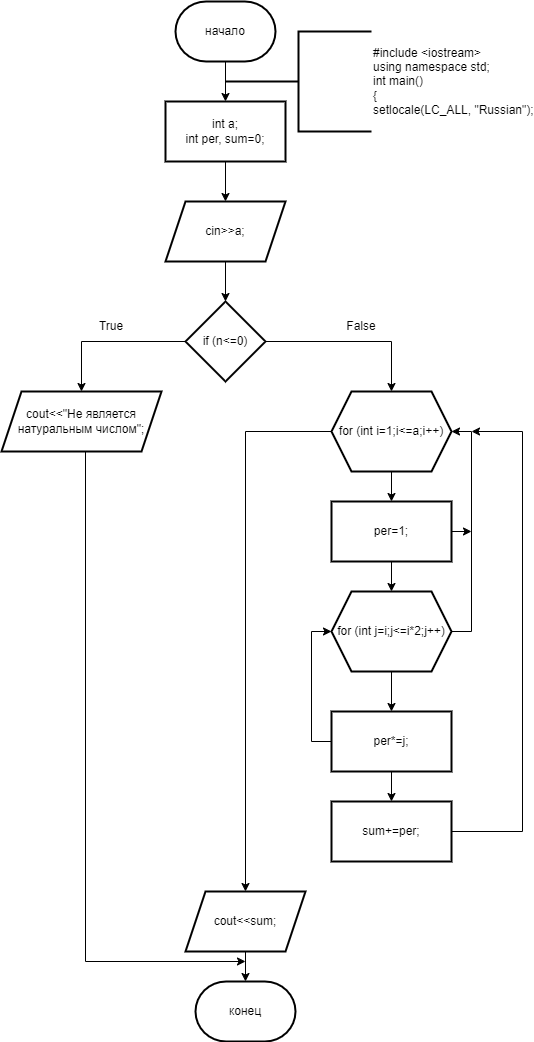
ksinph/PSTU_LABS_2023 keeps this draw.io diagram as 2_3.drawio.png. Above is the earlier version. Source tidied: cells renumbered, new cells last; positions are measured from the earlier drawing's top-left corner, leaving out a move shared by most shapes. Its diagram source:
```xml
<mxGraphModel>
  <root>
    <mxCell id="0" />
    <mxCell id="1" parent="0" />
    <mxCell id="2" style="edgeStyle=orthogonalEdgeStyle;rounded=0;jettySize=auto;html=1;" parent="1" edge="1" source="3" target="5">
      <mxGeometry relative="1" as="geometry" />
    </mxCell>
    <mxCell id="3" value="начало" style="strokeWidth=2;html=1;shape=mxgraph.flowchart.terminator;whiteSpace=wrap;" parent="1" vertex="1">
      <mxGeometry x="174" width="100" height="60" as="geometry" />
    </mxCell>
    <mxCell id="4" style="edgeStyle=orthogonalEdgeStyle;rounded=0;jettySize=auto;html=1;" parent="1" edge="1" source="5" target="7">
      <mxGeometry relative="1" as="geometry" />
    </mxCell>
    <mxCell id="5" value="int a;&lt;br&gt;int per, sum=0;" style="whiteSpace=wrap;html=1;strokeWidth=2;" parent="1" vertex="1">
      <mxGeometry x="164" y="100" width="120" height="60" as="geometry" />
    </mxCell>
    <mxCell id="6" style="edgeStyle=orthogonalEdgeStyle;rounded=0;jettySize=auto;html=1;" parent="1" edge="1" source="7" target="10">
      <mxGeometry relative="1" as="geometry" />
    </mxCell>
    <mxCell id="7" value="cin&amp;gt;&amp;gt;a;" style="shape=parallelogram;perimeter=parallelogramPerimeter;whiteSpace=wrap;html=1;fixedSize=1;strokeWidth=2;" parent="1" vertex="1">
      <mxGeometry x="164" y="200" width="120" height="60" as="geometry" />
    </mxCell>
    <mxCell id="8" style="edgeStyle=orthogonalEdgeStyle;rounded=0;jettySize=auto;html=1;" parent="1" edge="1" source="10" target="12">
      <mxGeometry relative="1" as="geometry" />
    </mxCell>
    <mxCell id="9" style="edgeStyle=orthogonalEdgeStyle;rounded=0;jettySize=auto;html=1;" parent="1" edge="1" source="10" target="15">
      <mxGeometry relative="1" as="geometry" />
    </mxCell>
    <mxCell id="10" value="if (n&amp;lt;=0)" style="rhombus;whiteSpace=wrap;html=1;strokeWidth=2;" parent="1" vertex="1">
      <mxGeometry x="184" y="300" width="80" height="80" as="geometry" />
    </mxCell>
    <mxCell id="11" style="edgeStyle=orthogonalEdgeStyle;rounded=0;orthogonalLoop=1;jettySize=auto;html=1;exitX=0.5;exitY=1;exitDx=0;exitDy=0;" parent="1" edge="1">
      <mxGeometry relative="1" as="geometry">
        <mxPoint x="84" y="450" as="sourcePoint" />
        <mxPoint x="244" y="960" as="targetPoint" />
        <Array as="points">
          <mxPoint x="84" y="960" />
        </Array>
      </mxGeometry>
    </mxCell>
    <mxCell id="12" value="cout&amp;lt;&amp;lt;&quot;Не является натуральным числом&quot;;" style="shape=parallelogram;perimeter=parallelogramPerimeter;whiteSpace=wrap;html=1;fixedSize=1;strokeWidth=2;" parent="1" vertex="1">
      <mxGeometry y="390" width="160" height="60" as="geometry" />
    </mxCell>
    <mxCell id="13" style="edgeStyle=orthogonalEdgeStyle;rounded=0;jettySize=auto;html=1;" parent="1" edge="1" source="15" target="18">
      <mxGeometry relative="1" as="geometry" />
    </mxCell>
    <mxCell id="14" style="edgeStyle=orthogonalEdgeStyle;rounded=0;jettySize=auto;html=1;" parent="1" edge="1" source="15" target="28">
      <mxGeometry relative="1" as="geometry" />
    </mxCell>
    <mxCell id="15" value="for (int i=1;i&amp;lt;=a;i++)" style="shape=hexagon;perimeter=hexagonPerimeter2;whiteSpace=wrap;html=1;fixedSize=1;strokeWidth=2;" parent="1" vertex="1">
      <mxGeometry x="330" y="390" width="120" height="80" as="geometry" />
    </mxCell>
    <mxCell id="16" style="edgeStyle=orthogonalEdgeStyle;rounded=0;jettySize=auto;html=1;" parent="1" edge="1" source="18" target="21">
      <mxGeometry relative="1" as="geometry" />
    </mxCell>
    <mxCell id="17" style="edgeStyle=orthogonalEdgeStyle;rounded=0;jettySize=auto;html=1;exitX=1;exitY=0.5;exitDx=0;exitDy=0;" parent="1" edge="1" source="18">
      <mxGeometry relative="1" as="geometry">
        <mxPoint x="470" y="530" as="targetPoint" />
      </mxGeometry>
    </mxCell>
    <mxCell id="18" value="per=1;" style="whiteSpace=wrap;html=1;strokeWidth=2;" parent="1" vertex="1">
      <mxGeometry x="330" y="500" width="120" height="60" as="geometry" />
    </mxCell>
    <mxCell id="19" style="edgeStyle=orthogonalEdgeStyle;rounded=0;jettySize=auto;html=1;" parent="1" edge="1" source="21" target="24">
      <mxGeometry relative="1" as="geometry" />
    </mxCell>
    <mxCell id="20" style="edgeStyle=orthogonalEdgeStyle;rounded=0;jettySize=auto;html=1;exitX=1;exitY=0.5;exitDx=0;exitDy=0;entryX=1;entryY=0.5;entryDx=0;entryDy=0;" parent="1" edge="1" source="21" target="15">
      <mxGeometry relative="1" as="geometry" />
    </mxCell>
    <mxCell id="21" value="for (int j=i;j&amp;lt;=i*2;j++)" style="shape=hexagon;perimeter=hexagonPerimeter2;whiteSpace=wrap;html=1;fixedSize=1;strokeWidth=2;" parent="1" vertex="1">
      <mxGeometry x="330" y="590" width="120" height="80" as="geometry" />
    </mxCell>
    <mxCell id="22" style="edgeStyle=orthogonalEdgeStyle;rounded=0;jettySize=auto;html=1;exitX=0;exitY=0.5;exitDx=0;exitDy=0;entryX=0;entryY=0.5;entryDx=0;entryDy=0;" parent="1" edge="1" source="24" target="21">
      <mxGeometry relative="1" as="geometry" />
    </mxCell>
    <mxCell id="23" style="edgeStyle=orthogonalEdgeStyle;rounded=0;jettySize=auto;html=1;" parent="1" edge="1" source="24" target="26">
      <mxGeometry relative="1" as="geometry" />
    </mxCell>
    <mxCell id="24" value="per*=j;" style="whiteSpace=wrap;html=1;strokeWidth=2;" parent="1" vertex="1">
      <mxGeometry x="330" y="710" width="120" height="60" as="geometry" />
    </mxCell>
    <mxCell id="25" style="edgeStyle=orthogonalEdgeStyle;rounded=0;jettySize=auto;html=1;exitX=1;exitY=0.5;exitDx=0;exitDy=0;" parent="1" edge="1" source="26">
      <mxGeometry relative="1" as="geometry">
        <mxPoint x="470" y="430" as="targetPoint" />
        <Array as="points">
          <mxPoint x="521" y="830" />
        </Array>
      </mxGeometry>
    </mxCell>
    <mxCell id="26" value="sum+=per;" style="whiteSpace=wrap;html=1;strokeWidth=2;" parent="1" vertex="1">
      <mxGeometry x="330" y="800" width="120" height="60" as="geometry" />
    </mxCell>
    <mxCell id="27" value="конец" style="strokeWidth=2;html=1;shape=mxgraph.flowchart.terminator;whiteSpace=wrap;" parent="1" vertex="1">
      <mxGeometry x="194" y="980" width="100" height="60" as="geometry" />
    </mxCell>
    <mxCell id="28" value="cout&amp;lt;&amp;lt;sum;" style="shape=parallelogram;perimeter=parallelogramPerimeter;whiteSpace=wrap;html=1;fixedSize=1;strokeWidth=2;" parent="1" vertex="1">
      <mxGeometry x="184" y="890" width="120" height="60" as="geometry" />
    </mxCell>
    <mxCell id="29" style="edgeStyle=orthogonalEdgeStyle;rounded=0;jettySize=auto;html=1;exitX=0.5;exitY=1;exitDx=0;exitDy=0;entryX=0.5;entryY=0;entryDx=0;entryDy=0;entryPerimeter=0;" parent="1" edge="1" source="28" target="27">
      <mxGeometry relative="1" as="geometry" />
    </mxCell>
    <mxCell id="30" value="&lt;div&gt;#include &amp;lt;iostream&amp;gt;&lt;/div&gt;&lt;div&gt;using namespace std;&lt;/div&gt;&lt;div&gt;int main()&lt;/div&gt;&lt;div&gt;{&lt;/div&gt;&lt;div&gt;setlocale(LC_ALL, &quot;Russian&quot;);&lt;/div&gt;" style="strokeWidth=2;html=1;shape=mxgraph.flowchart.annotation_2;align=left;labelPosition=right;" parent="1" vertex="1">
      <mxGeometry x="224" y="30" width="146" height="100" as="geometry" />
    </mxCell>
    <mxCell id="31" value="True" style="text;html=1;strokeColor=none;fillColor=none;align=center;verticalAlign=middle;whiteSpace=wrap;rounded=0;" parent="1" vertex="1">
      <mxGeometry x="80" y="310" width="60" height="30" as="geometry" />
    </mxCell>
    <mxCell id="32" value="False" style="text;html=1;strokeColor=none;fillColor=none;align=center;verticalAlign=middle;whiteSpace=wrap;rounded=0;" parent="1" vertex="1">
      <mxGeometry x="330" y="310" width="60" height="30" as="geometry" />
    </mxCell>
  </root>
</mxGraphModel>
```
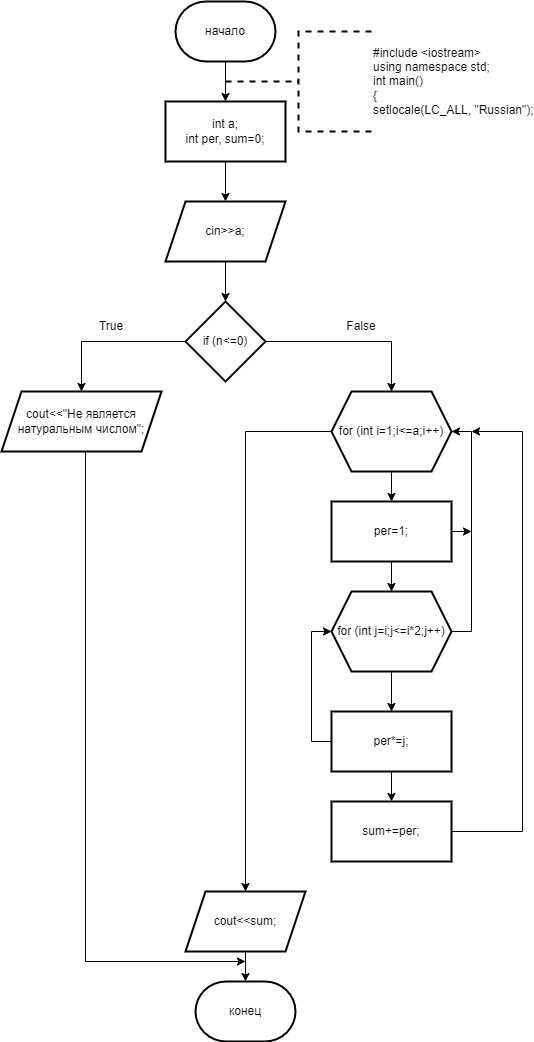
After the commit.

The edit, as a diff of the source:
```diff
@@ -99,7 +99,7 @@
     <mxCell id="29" style="edgeStyle=orthogonalEdgeStyle;rounded=0;jettySize=auto;html=1;exitX=0.5;exitY=1;exitDx=0;exitDy=0;entryX=0.5;entryY=0;entryDx=0;entryDy=0;entryPerimeter=0;" parent="1" edge="1" source="28" target="27">
       <mxGeometry relative="1" as="geometry" />
     </mxCell>
-    <mxCell id="30" value="&lt;div&gt;#include &amp;lt;iostream&amp;gt;&lt;/div&gt;&lt;div&gt;using namespace std;&lt;/div&gt;&lt;div&gt;int main()&lt;/div&gt;&lt;div&gt;{&lt;/div&gt;&lt;div&gt;setlocale(LC_ALL, &quot;Russian&quot;);&lt;/div&gt;" style="strokeWidth=2;html=1;shape=mxgraph.flowchart.annotation_2;align=left;labelPosition=right;" parent="1" vertex="1">
+    <mxCell id="30" value="&lt;div&gt;#include &amp;lt;iostream&amp;gt;&lt;/div&gt;&lt;div&gt;using namespace std;&lt;/div&gt;&lt;div&gt;int main()&lt;/div&gt;&lt;div&gt;{&lt;/div&gt;&lt;div&gt;setlocale(LC_ALL, &quot;Russian&quot;);&lt;/div&gt;" style="strokeWidth=2;html=1;shape=mxgraph.flowchart.annotation_2;align=left;labelPosition=right;dashed=1;" parent="1" vertex="1">
       <mxGeometry x="224" y="30" width="146" height="100" as="geometry" />
     </mxCell>
     <mxCell id="31" value="True" style="text;html=1;strokeColor=none;fillColor=none;align=center;verticalAlign=middle;whiteSpace=wrap;rounded=0;" parent="1" vertex="1">
```
